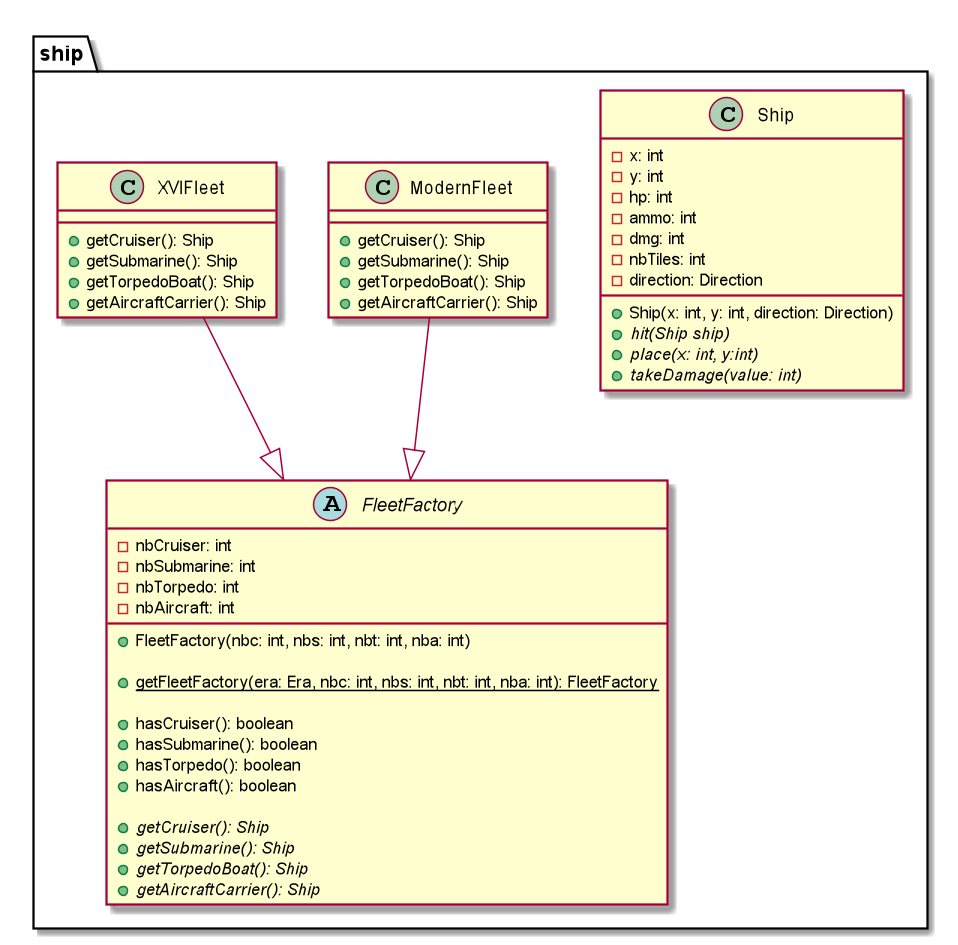
Before: doc/conception/image/class/bateau.png, a diagram exported from PlantUML (Reynault/ShipShop).
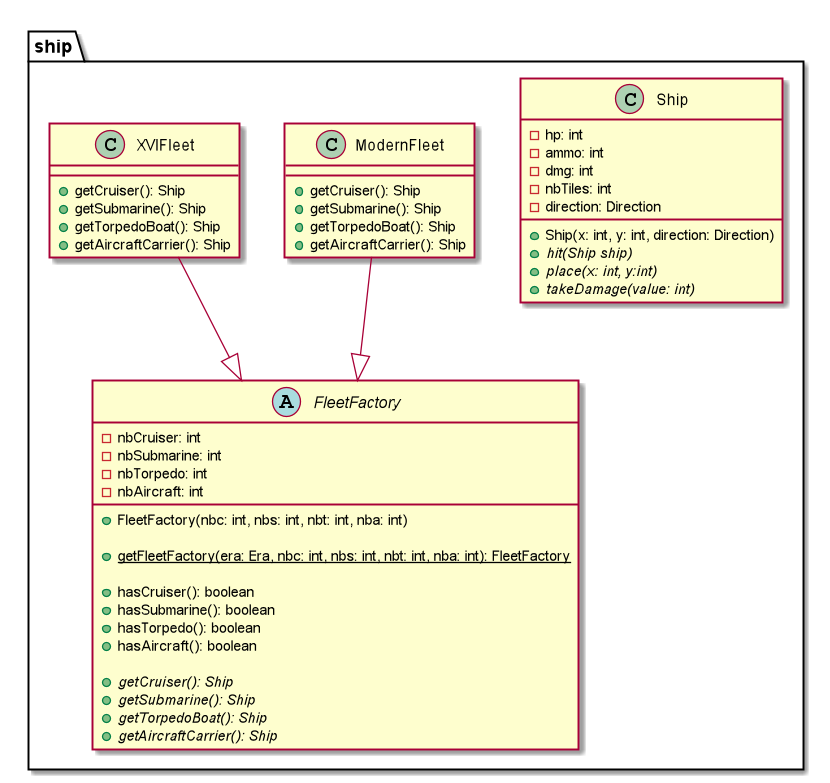
After the commit.

Change to the diagram source:
```diff
@@ -3,8 +3,6 @@
 package ship{
 
     class Ship{
-        - x: int
-        - y: int
         - hp: int
         - ammo: int
         - dmg: int
```
